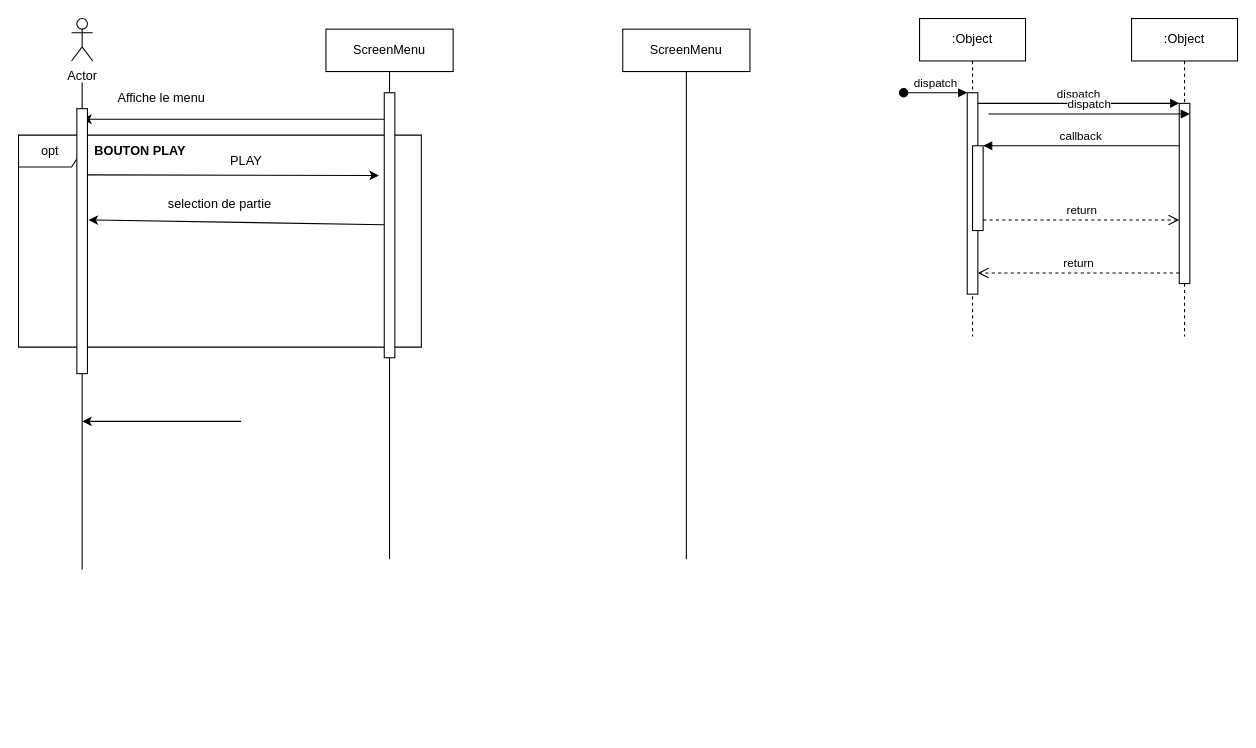
This is DiagrammeSequence.drawio from BMaurice56/Tamagotchi, a draw.io file, before an edit. Source tidied: cells renumbered, new cells numbered last; positions are measured from the earlier drawing's top-left corner, leaving out a move shared by most shapes. Both pictures are drawn from the tidied source at 106%, with x=0, y=0 at pixel (18, 18).
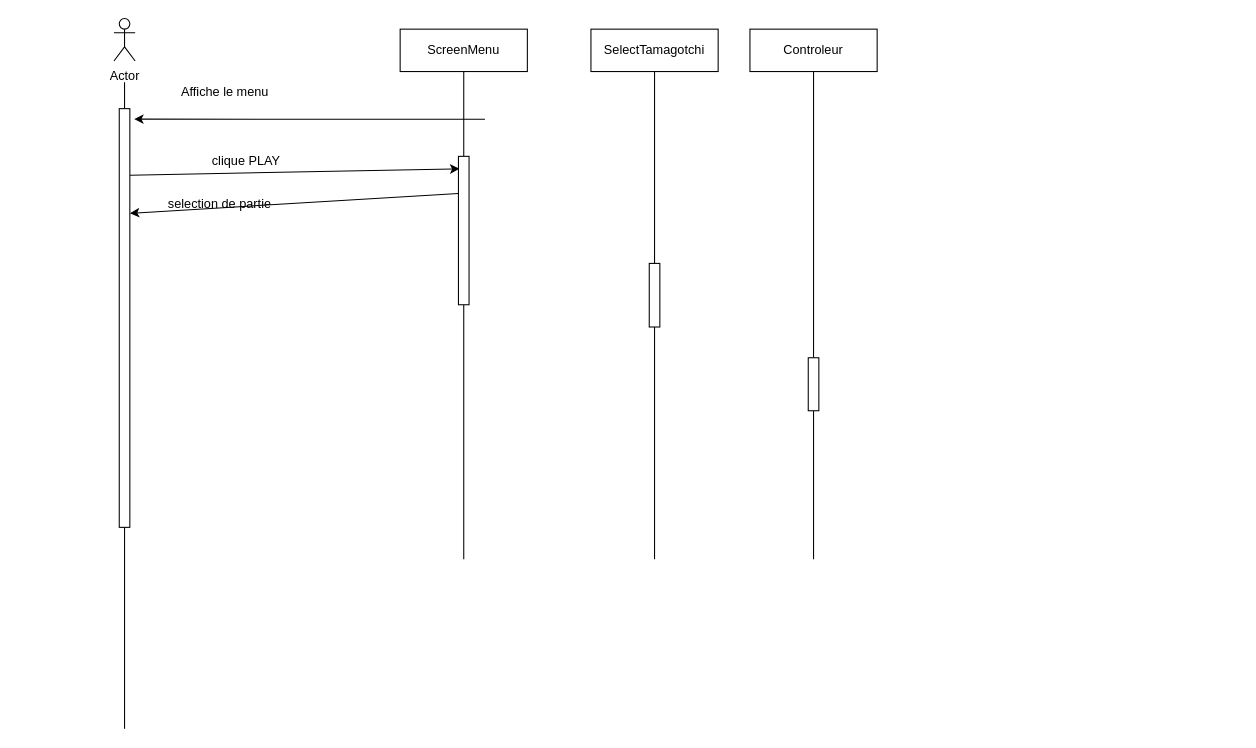
The same diagram, later.

Commit message:
Mettre à jour DiagrammeSequence.drawio

Diff of the diagram source:
```diff
@@
-    <mxCell id="2" value=":Object" style="shape=umlLifeline;perimeter=lifelinePerimeter;whiteSpace=wrap;html=1;newEdgeStyle={&quot;edgeStyle&quot;:&quot;elbowEdgeStyle&quot;,&quot;elbow&quot;:&quot;vertical&quot;,&quot;curved&quot;:0,&quot;rounded&quot;:0};" parent="1" vertex="1">
-      <mxGeometry x="850" width="100" height="300" as="geometry" />
-    </mxCell>
-    <mxCell id="3" style="html=1;points=[];perimeter=orthogonalPerimeter;outlineConnect=0;targetShapes=umlLifeline;portConstraint=eastwest;newEdgeStyle={&quot;edgeStyle&quot;:&quot;elbowEdgeStyle&quot;,&quot;elbow&quot;:&quot;vertical&quot;,&quot;curved&quot;:0,&quot;rounded&quot;:0};" parent="2" vertex="1">
-      <mxGeometry x="45" y="70" width="10" height="190" as="geometry" />
-    </mxCell>
-    <mxCell id="4" value="dispatch" style="html=1;verticalAlign=bottom;startArrow=oval;endArrow=block;startSize=8;edgeStyle=elbowEdgeStyle;elbow=vertical;curved=0;rounded=0;" parent="2" edge="1" target="3">
-      <mxGeometry relative="1" as="geometry">
-        <mxPoint x="-15" y="70" as="sourcePoint" />
-      </mxGeometry>
-    </mxCell>
-    <mxCell id="5" style="html=1;points=[];perimeter=orthogonalPerimeter;outlineConnect=0;targetShapes=umlLifeline;portConstraint=eastwest;newEdgeStyle={&quot;edgeStyle&quot;:&quot;elbowEdgeStyle&quot;,&quot;elbow&quot;:&quot;vertical&quot;,&quot;curved&quot;:0,&quot;rounded&quot;:0};" parent="2" vertex="1">
-      <mxGeometry x="50" y="120" width="10" height="80" as="geometry" />
-    </mxCell>
-    <mxCell id="6" value=":Object" style="shape=umlLifeline;perimeter=lifelinePerimeter;whiteSpace=wrap;html=1;newEdgeStyle={&quot;edgeStyle&quot;:&quot;elbowEdgeStyle&quot;,&quot;elbow&quot;:&quot;vertical&quot;,&quot;curved&quot;:0,&quot;rounded&quot;:0};" parent="1" vertex="1">
-      <mxGeometry x="1050" width="100" height="300" as="geometry" />
-    </mxCell>
-    <mxCell id="7" style="html=1;points=[];perimeter=orthogonalPerimeter;outlineConnect=0;targetShapes=umlLifeline;portConstraint=eastwest;newEdgeStyle={&quot;edgeStyle&quot;:&quot;elbowEdgeStyle&quot;,&quot;elbow&quot;:&quot;vertical&quot;,&quot;curved&quot;:0,&quot;rounded&quot;:0};" parent="6" vertex="1">
-      <mxGeometry x="45" y="80" width="10" height="170" as="geometry" />
-    </mxCell>
-    <mxCell id="8" value="dispatch" style="html=1;verticalAlign=bottom;endArrow=block;edgeStyle=elbowEdgeStyle;elbow=vertical;curved=0;rounded=0;" parent="1" edge="1" source="3" target="7">
-      <mxGeometry relative="1" as="geometry">
-        <Array as="points">
-          <mxPoint x="1010" y="80" />
-        </Array>
-      </mxGeometry>
-    </mxCell>
-    <mxCell id="9" value="return" style="html=1;verticalAlign=bottom;endArrow=open;dashed=1;endSize=8;edgeStyle=elbowEdgeStyle;elbow=vertical;curved=0;rounded=0;" parent="1" edge="1" source="7" target="3">
-      <mxGeometry relative="1" as="geometry">
-        <Array as="points">
-          <mxPoint x="1020" y="240" />
-        </Array>
-      </mxGeometry>
-    </mxCell>
-    <mxCell id="10" value="callback" style="html=1;verticalAlign=bottom;endArrow=block;edgeStyle=elbowEdgeStyle;elbow=vertical;curved=0;rounded=0;" parent="1" edge="1" source="7" target="5">
-      <mxGeometry relative="1" as="geometry">
-        <Array as="points">
-          <mxPoint x="1020" y="120" />
-        </Array>
-      </mxGeometry>
-    </mxCell>
-    <mxCell id="11" value="return" style="html=1;verticalAlign=bottom;endArrow=open;dashed=1;endSize=8;edgeStyle=elbowEdgeStyle;elbow=vertical;curved=0;rounded=0;" parent="1" edge="1" source="5" target="7">
-      <mxGeometry relative="1" as="geometry">
-        <Array as="points">
-          <mxPoint x="1010" y="190" />
-        </Array>
-      </mxGeometry>
-    </mxCell>
     <mxCell id="12" value="Actor" style="shape=umlActor;verticalLabelPosition=bottom;verticalAlign=top;html=1;" parent="1" vertex="1">
-      <mxGeometry x="50" width="20" height="40" as="geometry" />
+      <mxGeometry x="90" width="20" height="40" as="geometry" />
     </mxCell>
     <mxCell id="13" style="endArrow=none;html=1;rounded=0;" parent="1" edge="1">
       <mxGeometry relative="1" as="geometry">
-        <mxPoint x="60" y="520" as="sourcePoint" />
-        <mxPoint x="60" y="60" as="targetPoint" />
+        <mxPoint x="100" y="670" as="sourcePoint" />
+        <mxPoint x="100" y="60" as="targetPoint" />
       </mxGeometry>
     </mxCell>
     <mxCell id="14" style="endArrow=none;html=1;rounded=0;" parent="1" edge="1" source="26">
       <mxGeometry relative="1" as="geometry">
-        <mxPoint x="350" y="50" as="targetPoint" />
+        <mxPoint x="420" y="50" as="targetPoint" />
       </mxGeometry>
     </mxCell>
     <mxCell id="15" value="ScreenMenu" style="rounded=0;whiteSpace=wrap;html=1;" parent="1" vertex="1">
-      <mxGeometry x="290" y="10" width="120" height="40" as="geometry" />
+      <mxGeometry x="360" y="10" width="120" height="40" as="geometry" />
     </mxCell>
-    <mxCell id="16" style="endArrow=classic;html=1;rounded=0;exitX=1;exitY=0.25;exitDx=0;exitDy=0;" parent="1" edge="1" source="31">
-      <mxGeometry relative="1" as="geometry">
-        <mxPoint x="340" y="148" as="targetPoint" />
-      </mxGeometry>
+    <mxCell id="16" style="endArrow=classic;html=1;rounded=0;exitX=1;exitY=0.159;exitDx=0;exitDy=0;exitPerimeter=0;entryX=0.1;entryY=0.084;entryDx=0;entryDy=0;entryPerimeter=0;" parent="1" edge="1" source="31" target="26">
+      <mxGeometry relative="1" as="geometry" />
     </mxCell>
-    <mxCell id="17" style="endArrow=classic;html=1;rounded=0;exitX=0.5;exitY=0.1;exitDx=0;exitDy=0;exitPerimeter=0;" parent="1" edge="1" source="26">
+    <mxCell id="17" style="endArrow=classic;html=1;rounded=0;entryX=1.4;entryY=0.025;entryDx=0;entryDy=0;entryPerimeter=0;" parent="1" edge="1" target="31">
       <mxGeometry relative="1" as="geometry">
-        <mxPoint x="60" y="95" as="targetPoint" />
+        <mxPoint x="440" y="95" as="sourcePoint" />
       </mxGeometry>
     </mxCell>
     <mxCell id="18" value="&lt;div align=&quot;center&quot;&gt;Affiche le menu&lt;br&gt;&lt;/div&gt;" style="text;html=1;strokeColor=none;fillColor=none;align=center;verticalAlign=middle;whiteSpace=wrap;rounded=0;" parent="1" vertex="1">
-      <mxGeometry x="60" y="60" width="150" height="30" as="geometry" />
+      <mxGeometry x="120" y="55" width="150" height="30" as="geometry" />
     </mxCell>
-    <mxCell id="19" value="&lt;div align=&quot;center&quot;&gt;PLAY&lt;/div&gt;" style="text;html=1;strokeColor=none;fillColor=none;align=center;verticalAlign=middle;whiteSpace=wrap;rounded=0;" parent="1" vertex="1">
+    <mxCell id="19" value="&lt;div align=&quot;center&quot;&gt;clique PLAY&lt;/div&gt;" style="text;html=1;strokeColor=none;fillColor=none;align=center;verticalAlign=middle;whiteSpace=wrap;rounded=0;" parent="1" vertex="1">
       <mxGeometry x="140" y="120" width="150" height="30" as="geometry" />
     </mxCell>
-    <mxCell id="20" value="dispatch" style="html=1;verticalAlign=bottom;endArrow=block;edgeStyle=elbowEdgeStyle;elbow=vertical;curved=0;rounded=0;" parent="1" edge="1">
-      <mxGeometry relative="1" as="geometry">
-        <mxPoint x="915" y="90" as="sourcePoint" />
-        <mxPoint x="1105" y="90" as="targetPoint" />
-        <Array as="points">
-          <mxPoint x="1020" y="90" />
-        </Array>
-      </mxGeometry>
-    </mxCell>
-    <mxCell id="21" style="endArrow=classic;html=1;rounded=0;" parent="1" edge="1">
-      <mxGeometry relative="1" as="geometry">
-        <mxPoint x="210" y="380" as="sourcePoint" />
-        <mxPoint x="60" y="380" as="targetPoint" />
-      </mxGeometry>
-    </mxCell>
-    <mxCell id="22" value="opt" style="shape=umlFrame;whiteSpace=wrap;html=1;" parent="1" vertex="1">
-      <mxGeometry y="110" width="380" height="200" as="geometry" />
-    </mxCell>
-    <mxCell id="23" style="endArrow=none;html=1;rounded=0;" parent="1" edge="1">
-      <mxGeometry relative="1" as="geometry">
-        <mxPoint x="630" y="510" as="sourcePoint" />
-        <mxPoint x="630" y="50" as="targetPoint" />
-      </mxGeometry>
-    </mxCell>
-    <mxCell id="24" value="ScreenMenu" style="rounded=0;whiteSpace=wrap;html=1;" parent="1" vertex="1">
-      <mxGeometry x="570" y="10" width="120" height="40" as="geometry" />
-    </mxCell>
     <mxCell id="25" style="endArrow=none;html=1;rounded=0;" parent="1" edge="1" target="26">
       <mxGeometry relative="1" as="geometry">
-        <mxPoint x="350" y="510" as="sourcePoint" />
+        <mxPoint x="420" y="510" as="sourcePoint" />
       </mxGeometry>
     </mxCell>
     <mxCell id="26" style="rounded=0;whiteSpace=wrap;html=1;" parent="1" vertex="1">
-      <mxGeometry x="345" y="70" width="10" height="250" as="geometry" />
+      <mxGeometry x="415" y="130" width="10" height="140" as="geometry" />
     </mxCell>
@@
-    <mxCell id="28" style="endArrow=classic;html=1;rounded=0;entryX=1.1;entryY=0.42;entryDx=0;entryDy=0;entryPerimeter=0;" parent="1" edge="1" target="31">
-      <mxGeometry relative="1" as="geometry">
-        <mxPoint x="345" y="194.5" as="sourcePoint" />
-      </mxGeometry>
+    <mxCell id="28" style="endArrow=classic;html=1;rounded=0;entryX=1;entryY=0.25;entryDx=0;entryDy=0;exitX=0;exitY=0.25;exitDx=0;exitDy=0;" parent="1" edge="1" source="26" target="31">
+      <mxGeometry relative="1" as="geometry" />
     </mxCell>
-    <mxCell id="29" value="BOUTON PLAY" style="text;html=1;strokeColor=none;fillColor=none;align=center;verticalAlign=middle;whiteSpace=wrap;rounded=0;fontStyle=1;" parent="1" vertex="1">
-      <mxGeometry x="70" y="110" width="90" height="30" as="geometry" />
-    </mxCell>
     <mxCell id="30" style="endArrow=classic;html=1;rounded=0;" parent="1" edge="1" target="31">
       <mxGeometry relative="1" as="geometry">
-        <mxPoint x="60" y="149.5" as="sourcePoint" />
+        <mxPoint x="100" y="149.5" as="sourcePoint" />
       </mxGeometry>
     </mxCell>
     <mxCell id="31" style="rounded=0;whiteSpace=wrap;html=1;" parent="1" vertex="1">
-      <mxGeometry x="55" y="85" width="10" height="250" as="geometry" />
+      <mxGeometry x="95" y="85" width="10" height="395" as="geometry" />
     </mxCell>
+    <mxCell id="32" style="endArrow=none;html=1;rounded=0;" parent="1" edge="1" source="35">
+      <mxGeometry relative="1" as="geometry">
+        <mxPoint x="600" y="50" as="targetPoint" />
+      </mxGeometry>
+    </mxCell>
+    <mxCell id="33" value="SelectTamagotchi" style="rounded=0;whiteSpace=wrap;html=1;" parent="1" vertex="1">
+      <mxGeometry x="540" y="10" width="120" height="40" as="geometry" />
+    </mxCell>
+    <mxCell id="34" style="endArrow=none;html=1;rounded=0;" parent="1" edge="1" target="35">
+      <mxGeometry relative="1" as="geometry">
+        <mxPoint x="600" y="510" as="sourcePoint" />
+      </mxGeometry>
+    </mxCell>
+    <mxCell id="35" style="rounded=0;whiteSpace=wrap;html=1;" parent="1" vertex="1">
+      <mxGeometry x="595" y="231" width="10" height="60" as="geometry" />
+    </mxCell>
+    <mxCell id="36" style="endArrow=none;html=1;rounded=0;" parent="1" edge="1" source="39">
+      <mxGeometry relative="1" as="geometry">
+        <mxPoint x="750" y="50" as="targetPoint" />
+      </mxGeometry>
+    </mxCell>
+    <mxCell id="37" value="Controleur" style="rounded=0;whiteSpace=wrap;html=1;" parent="1" vertex="1">
+      <mxGeometry x="690" y="10" width="120" height="40" as="geometry" />
+    </mxCell>
+    <mxCell id="38" style="endArrow=none;html=1;rounded=0;" parent="1" edge="1" target="39">
+      <mxGeometry relative="1" as="geometry">
+        <mxPoint x="750" y="510" as="sourcePoint" />
+      </mxGeometry>
+    </mxCell>
+    <mxCell id="39" style="rounded=0;whiteSpace=wrap;html=1;" parent="1" vertex="1">
+      <mxGeometry x="745" y="320" width="10" height="50" as="geometry" />
+    </mxCell>
+    <mxCell id="40" style="edgeStyle=orthogonalEdgeStyle;rounded=0;orthogonalLoop=1;jettySize=auto;html=1;exitX=0.5;exitY=1;exitDx=0;exitDy=0;" parent="1" edge="1" source="26" target="26">
+      <mxGeometry relative="1" as="geometry" />
+    </mxCell>
```
